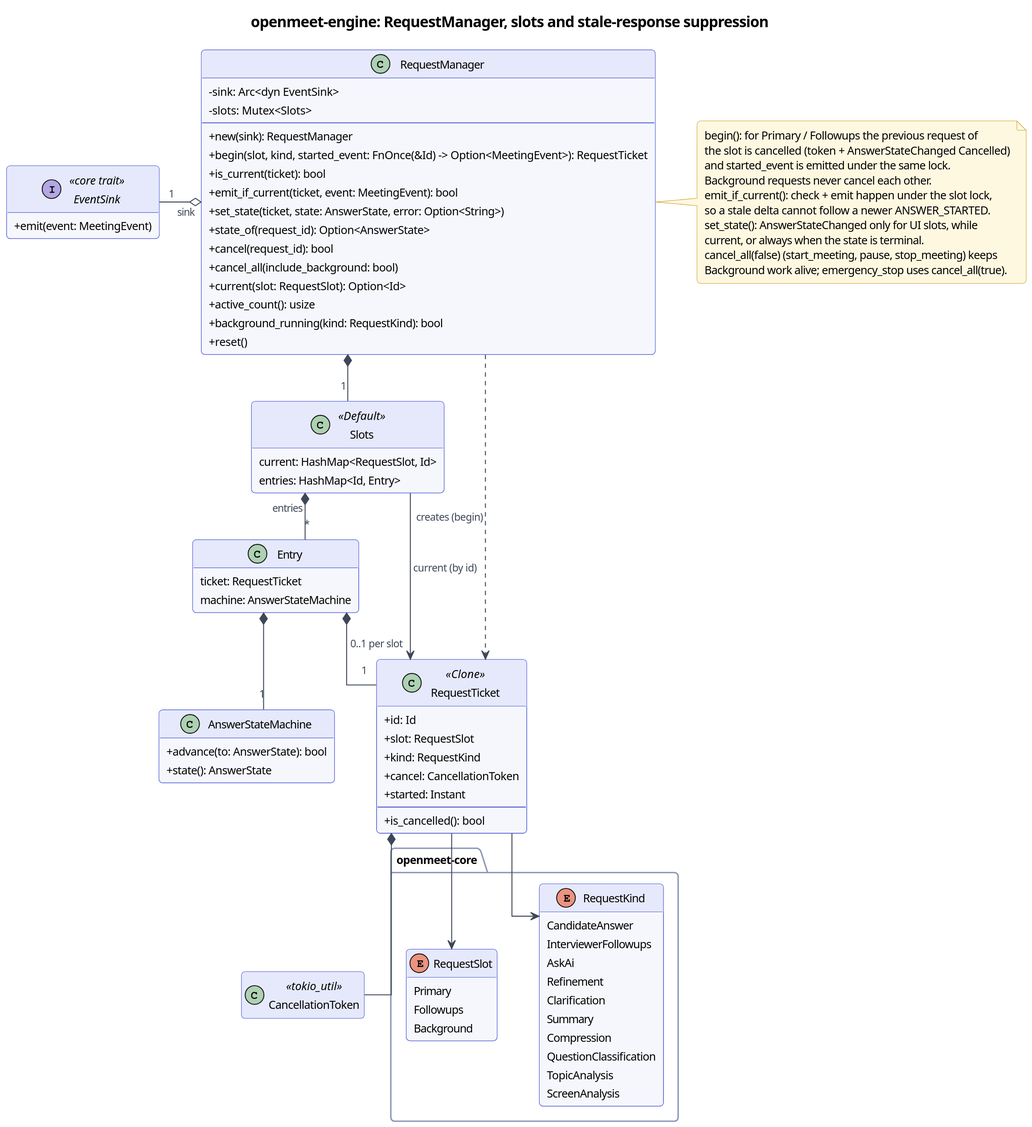
This is diagrams/uml/class/engine-intel/class-04-request-manager-slots.svg from AekamSidhu/Major-Project, a PlantUML export, as it was before one commit.
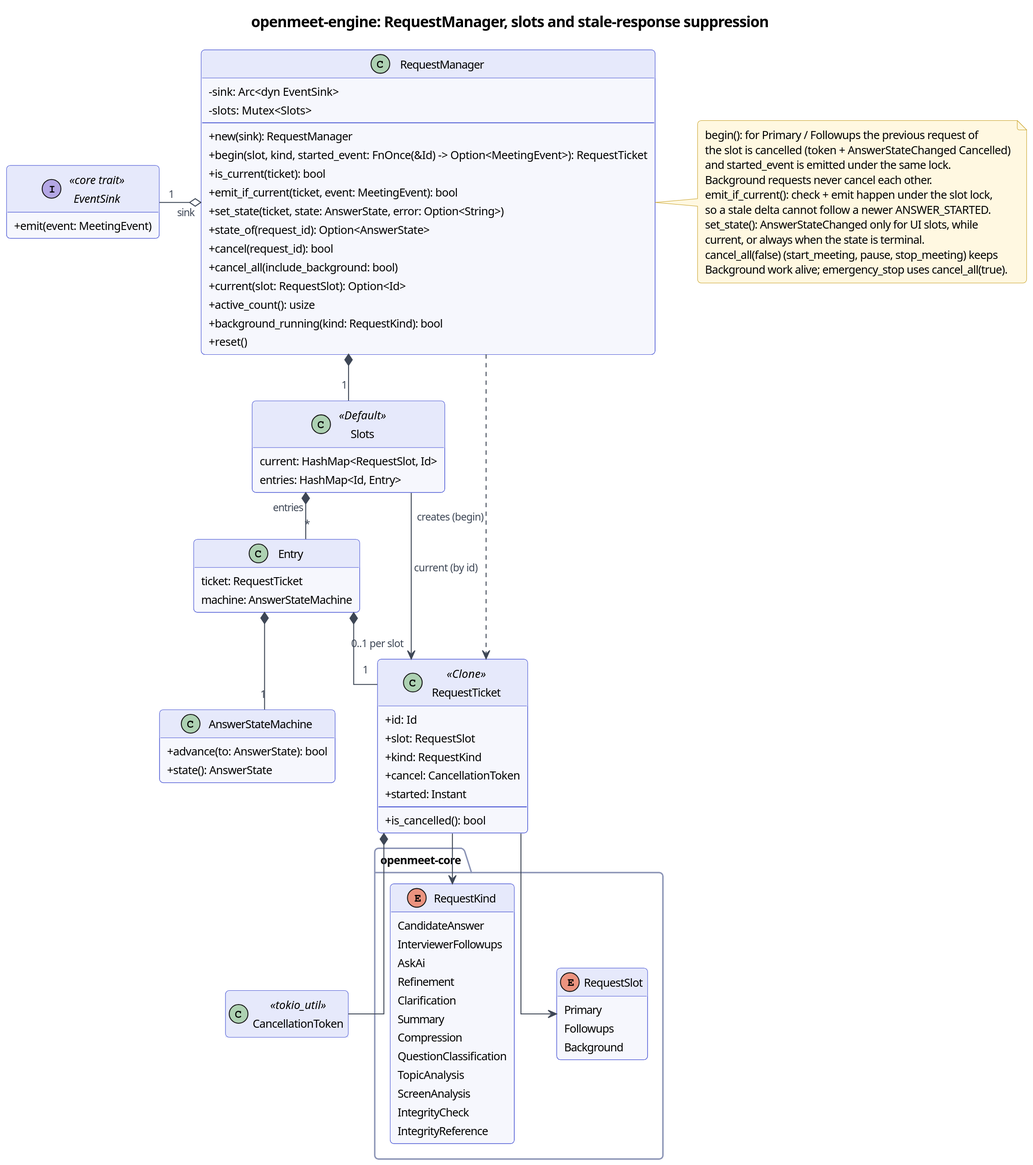
The same file after the commit.

Diff of the diagram source:
```diff
@@ -67,6 +67,8 @@
     QuestionClassification
     TopicAnalysis
     ScreenAnalysis
+    IntegrityCheck
+    IntegrityReference
   }
 }
 interface EventSink <<core trait>> {
```
